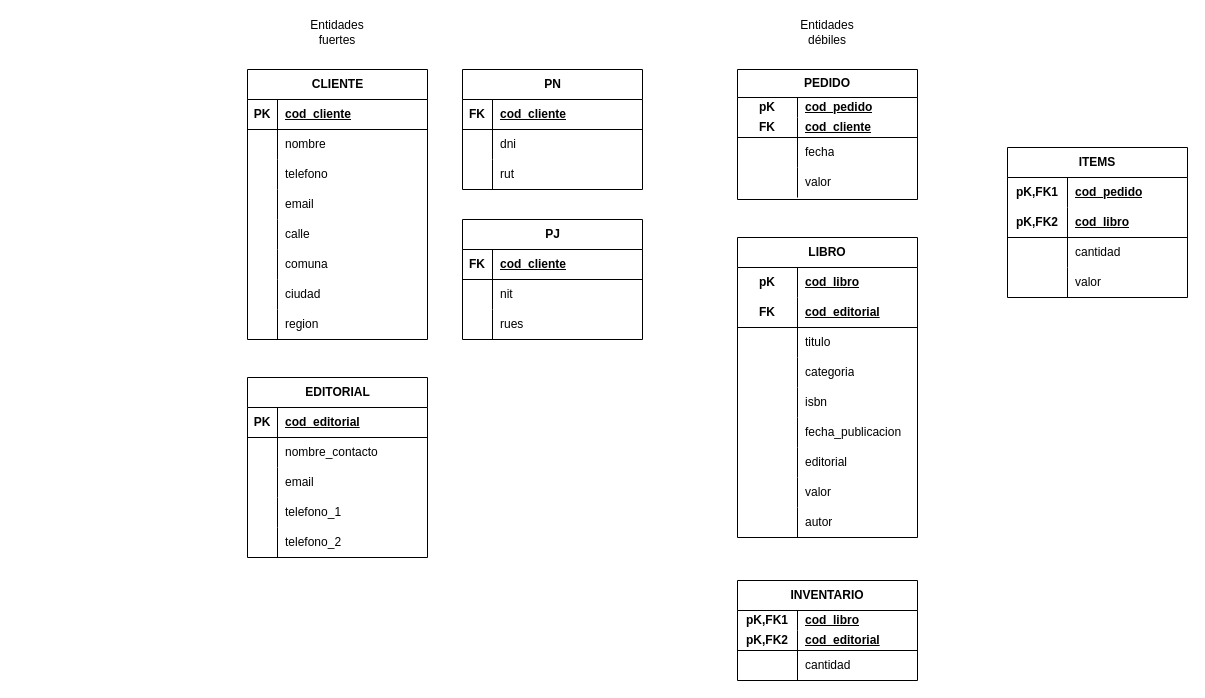
ivazquez-07/database-modeller-excersises keeps this draw.io diagram as page "Modelo Lógico" (2 of 2) of ClubDelLibro.drawio. Above is the earlier version. Source tidied: cells renumbered, new cells numbered last; positions are measured from the earlier drawing's top-left corner, leaving out a move shared by most shapes. Both pictures are drawn from the tidied source at 100%, with x=0, y=0 at pixel (247, 17).
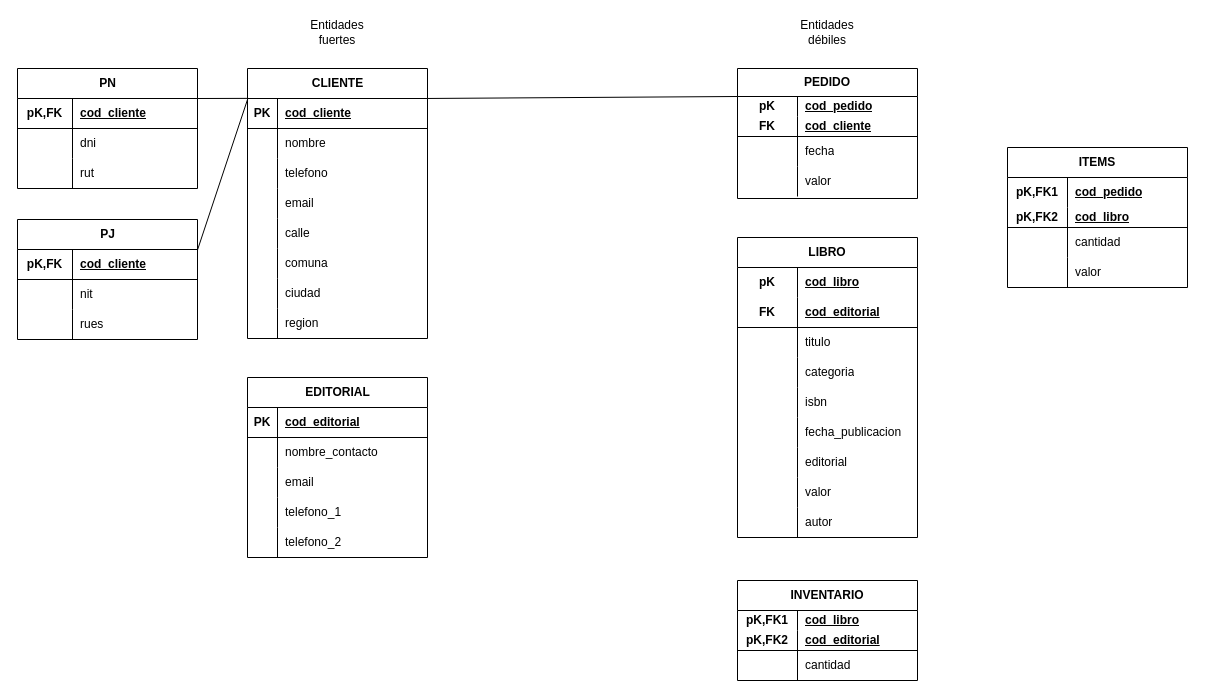
Above is the later version.

Unchanged cells that the change refers to:
```xml
<mxCell id="3" style="shape=tableRow;horizontal=0;startSize=0;swimlaneHead=0;swimlaneBody=0;fillColor=none;points=[[0,0.5],[1,0.5]];portConstraint=eastwest;top=0;left=0;right=0;bottom=1;" parent="2" vertex="1">
  <mxGeometry y="30" width="180" height="30" as="geometry" />
</mxCell>
<mxCell id="110" style="shape=tableRow;horizontal=0;startSize=0;swimlaneHead=0;swimlaneBody=0;fillColor=none;top=0;left=0;right=0;bottom=1;" parent="109" vertex="1">
  <mxGeometry y="30" width="180" height="30" as="geometry" />
</mxCell>
<mxCell id="113" style="shape=tableRow;horizontal=0;startSize=0;swimlaneHead=0;swimlaneBody=0;fillColor=none;top=0;left=0;right=0;bottom=0;" parent="109" vertex="1">
  <mxGeometry y="60" width="180" height="30" as="geometry" />
</mxCell>
<mxCell id="116" style="shape=tableRow;horizontal=0;startSize=0;swimlaneHead=0;swimlaneBody=0;fillColor=none;top=0;left=0;right=0;bottom=0;" parent="109" vertex="1">
  <mxGeometry y="90" width="180" height="30" as="geometry" />
</mxCell>
<mxCell id="120" style="shape=tableRow;horizontal=0;startSize=0;swimlaneHead=0;swimlaneBody=0;fillColor=none;points=[[0,0.5],[1,0.5]];portConstraint=eastwest;top=0;left=0;right=0;bottom=1;" parent="119" vertex="1">
  <mxGeometry y="30" width="180" height="30" as="geometry" />
</mxCell>
<mxCell id="123" style="shape=tableRow;horizontal=0;startSize=0;swimlaneHead=0;swimlaneBody=0;fillColor=none;top=0;left=0;right=0;bottom=0;" parent="119" vertex="1">
  <mxGeometry y="60" width="180" height="30" as="geometry" />
</mxCell>
<mxCell id="126" style="shape=tableRow;horizontal=0;startSize=0;swimlaneHead=0;swimlaneBody=0;fillColor=none;top=0;left=0;right=0;bottom=0;" parent="119" vertex="1">
  <mxGeometry y="90" width="180" height="30" as="geometry" />
</mxCell>
```

The edit, as a diff of the source:
```diff
@@
     <mxCell id="2" value="CLIENTE" style="shape=table;startSize=30;childLayout=tableLayout;rowLines=0;fontStyle=1;align=center;html=1;" parent="1" vertex="1">
-      <mxGeometry y="52" width="180" height="270" as="geometry" />
+      <mxGeometry y="51" width="180" height="270" as="geometry" />
     </mxCell>
@@
     <mxCell id="44" value="PEDIDO" style="shape=table;startSize=28;childLayout=tableLayout;rowLines=0;fontStyle=1;align=center;html=1;whiteSpace=wrap;" parent="1" vertex="1">
-      <mxGeometry x="490" y="52" width="180" height="130" as="geometry" />
+      <mxGeometry x="490" y="51" width="180" height="130" as="geometry" />
     </mxCell>
@@
     <mxCell id="96" value="ITEMS" style="shape=table;startSize=30;childLayout=tableLayout;rowLines=0;fontStyle=1;align=center;html=1;whiteSpace=wrap;" parent="1" vertex="1">
-      <mxGeometry x="760" y="130" width="180" height="150" as="geometry" />
+      <mxGeometry x="760" y="130" width="180" height="140" as="geometry" />
     </mxCell>
@@
     <mxCell id="100" style="shape=tableRow;horizontal=0;startSize=0;swimlaneHead=0;swimlaneBody=0;fillColor=none;top=0;left=0;right=0;bottom=1;html=1;" parent="96" vertex="1">
-      <mxGeometry y="60" width="180" height="30" as="geometry" />
+      <mxGeometry y="60" width="180" height="20" as="geometry" />
     </mxCell>
     <mxCell id="101" value="pK,FK2" style="shape=partialRectangle;fillColor=none;top=0;left=0;bottom=0;right=0;fontStyle=1;overflow=hidden;html=1;whiteSpace=wrap;" parent="100" vertex="1">
-      <mxGeometry width="60" height="30" as="geometry" />
+      <mxGeometry width="60" height="20" as="geometry" />
     </mxCell>
     <mxCell id="102" value="cod_libro" style="shape=partialRectangle;fillColor=none;top=0;left=0;bottom=0;right=0;align=left;spacingLeft=6;fontStyle=5;overflow=hidden;html=1;whiteSpace=wrap;" parent="100" vertex="1">
-      <mxGeometry x="60" width="120" height="30" as="geometry" />
+      <mxGeometry x="60" width="120" height="20" as="geometry" />
     </mxCell>
     <mxCell id="103" style="shape=tableRow;horizontal=0;startSize=0;swimlaneHead=0;swimlaneBody=0;fillColor=none;top=0;left=0;right=0;bottom=0;html=1;" parent="96" vertex="1">
-      <mxGeometry y="90" width="180" height="30" as="geometry" />
+      <mxGeometry y="80" width="180" height="30" as="geometry" />
     </mxCell>
@@
     <mxCell id="106" style="shape=tableRow;horizontal=0;startSize=0;swimlaneHead=0;swimlaneBody=0;fillColor=none;top=0;left=0;right=0;bottom=0;html=1;" parent="96" vertex="1">
-      <mxGeometry y="120" width="180" height="30" as="geometry" />
+      <mxGeometry y="110" width="180" height="30" as="geometry" />
     </mxCell>
@@
     <mxCell id="109" value="PN" style="shape=table;startSize=30;childLayout=tableLayout;rowLines=0;fontStyle=1;align=center;html=1;" parent="1" vertex="1">
-      <mxGeometry x="215" y="52" width="180" height="120" as="geometry" />
+      <mxGeometry x="-230" y="51" width="180" height="120" as="geometry" />
     </mxCell>
@@
-    <mxCell id="111" value="FK" style="shape=partialRectangle;fillColor=none;top=0;left=0;bottom=0;right=0;fontStyle=1;overflow=hidden;whiteSpace=wrap;html=1;" parent="110" vertex="1">
-      <mxGeometry width="30" height="30" as="geometry" />
+    <mxCell id="111" value="pK,FK" style="shape=partialRectangle;fillColor=none;top=0;left=0;bottom=0;right=0;fontStyle=1;overflow=hidden;whiteSpace=wrap;html=1;" parent="110" vertex="1">
+      <mxGeometry width="55" height="30" as="geometry" />
     </mxCell>
     <mxCell id="112" value="cod_cliente" style="shape=partialRectangle;fillColor=none;top=0;left=0;bottom=0;right=0;align=left;spacingLeft=6;fontStyle=5;overflow=hidden;whiteSpace=wrap;html=1;" parent="110" vertex="1">
-      <mxGeometry x="30" width="150" height="30" as="geometry" />
+      <mxGeometry x="55" width="125" height="30" as="geometry" />
     </mxCell>
@@
     <mxCell id="114" style="shape=partialRectangle;fillColor=none;top=0;left=0;bottom=0;right=0;overflow=hidden;whiteSpace=wrap;html=1;" parent="113" vertex="1">
-      <mxGeometry width="30" height="30" as="geometry" />
+      <mxGeometry width="55" height="30" as="geometry" />
     </mxCell>
     <mxCell id="115" value="dni" style="shape=partialRectangle;fillColor=none;top=0;left=0;bottom=0;right=0;align=left;spacingLeft=6;overflow=hidden;whiteSpace=wrap;html=1;" parent="113" vertex="1">
-      <mxGeometry x="30" width="150" height="30" as="geometry" />
+      <mxGeometry x="55" width="125" height="30" as="geometry" />
     </mxCell>
@@
     <mxCell id="117" style="shape=partialRectangle;fillColor=none;top=0;left=0;bottom=0;right=0;overflow=hidden;whiteSpace=wrap;html=1;" parent="116" vertex="1">
-      <mxGeometry width="30" height="30" as="geometry" />
+      <mxGeometry width="55" height="30" as="geometry" />
     </mxCell>
     <mxCell id="118" value="rut" style="shape=partialRectangle;fillColor=none;top=0;left=0;bottom=0;right=0;align=left;spacingLeft=6;overflow=hidden;whiteSpace=wrap;html=1;" parent="116" vertex="1">
-      <mxGeometry x="30" width="150" height="30" as="geometry" />
+      <mxGeometry x="55" width="125" height="30" as="geometry" />
     </mxCell>
     <mxCell id="119" value="PJ" style="shape=table;startSize=30;childLayout=tableLayout;rowLines=0;fontStyle=1;align=center;html=1;" parent="1" vertex="1">
-      <mxGeometry x="215" y="202" width="180" height="120" as="geometry" />
+      <mxGeometry x="-230" y="202" width="180" height="120" as="geometry" />
     </mxCell>
@@
-    <mxCell id="121" value="FK" style="shape=partialRectangle;fillColor=none;top=0;left=0;bottom=0;right=0;fontStyle=1;overflow=hidden;whiteSpace=wrap;html=1;" parent="120" vertex="1">
-      <mxGeometry width="30" height="30" as="geometry" />
+    <mxCell id="121" value="pK,FK" style="shape=partialRectangle;fillColor=none;top=0;left=0;bottom=0;right=0;fontStyle=1;overflow=hidden;whiteSpace=wrap;html=1;" parent="120" vertex="1">
+      <mxGeometry width="55" height="30" as="geometry" />
     </mxCell>
     <mxCell id="122" value="cod_cliente" style="shape=partialRectangle;fillColor=none;top=0;left=0;bottom=0;right=0;align=left;spacingLeft=6;fontStyle=5;overflow=hidden;whiteSpace=wrap;html=1;" parent="120" vertex="1">
-      <mxGeometry x="30" width="150" height="30" as="geometry" />
+      <mxGeometry x="55" width="125" height="30" as="geometry" />
     </mxCell>
@@
     <mxCell id="124" style="shape=partialRectangle;fillColor=none;top=0;left=0;bottom=0;right=0;overflow=hidden;whiteSpace=wrap;html=1;" parent="123" vertex="1">
-      <mxGeometry width="30" height="30" as="geometry" />
+      <mxGeometry width="55" height="30" as="geometry" />
     </mxCell>
     <mxCell id="125" value="nit" style="shape=partialRectangle;fillColor=none;top=0;left=0;bottom=0;right=0;align=left;spacingLeft=6;overflow=hidden;whiteSpace=wrap;html=1;" parent="123" vertex="1">
-      <mxGeometry x="30" width="150" height="30" as="geometry" />
+      <mxGeometry x="55" width="125" height="30" as="geometry" />
     </mxCell>
@@
     <mxCell id="127" style="shape=partialRectangle;fillColor=none;top=0;left=0;bottom=0;right=0;overflow=hidden;whiteSpace=wrap;html=1;" parent="126" vertex="1">
-      <mxGeometry width="30" height="30" as="geometry" />
+      <mxGeometry width="55" height="30" as="geometry" />
     </mxCell>
     <mxCell id="128" value="rues" style="shape=partialRectangle;fillColor=none;top=0;left=0;bottom=0;right=0;align=left;spacingLeft=6;overflow=hidden;whiteSpace=wrap;html=1;" parent="126" vertex="1">
-      <mxGeometry x="30" width="150" height="30" as="geometry" />
+      <mxGeometry x="55" width="125" height="30" as="geometry" />
     </mxCell>
+    <mxCell id="129" style="endArrow=none;html=1;rounded=0;exitX=1;exitY=0.25;exitDx=0;exitDy=0;entryX=0.004;entryY=-0.004;entryDx=0;entryDy=0;entryPerimeter=0;" parent="1" edge="1" source="109" target="3">
+      <mxGeometry relative="1" as="geometry" />
+    </mxCell>
+    <mxCell id="130" style="endArrow=none;html=1;rounded=0;exitX=0.001;exitY=0.019;exitDx=0;exitDy=0;exitPerimeter=0;entryX=1;entryY=0.016;entryDx=0;entryDy=0;entryPerimeter=0;" parent="1" edge="1" source="3" target="120">
+      <mxGeometry relative="1" as="geometry" />
+    </mxCell>
+    <mxCell id="131" style="endArrow=none;html=1;rounded=0;exitX=1;exitY=0.111;exitDx=0;exitDy=0;exitPerimeter=0;" parent="1" edge="1" source="2">
+      <mxGeometry relative="1" as="geometry">
+        <mxPoint x="490" y="79" as="targetPoint" />
+      </mxGeometry>
+    </mxCell>
```
